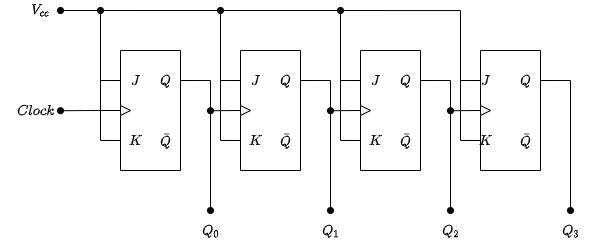
This is 4-bit_async_counter.png from pathakshashank17/Digital-Circuit-Diagrams, a draw.io export, as it was before one commit. Source tidied: cells renumbered, new cells last; positions are measured from the earlier drawing's top-left corner, leaving out a move shared by most shapes.
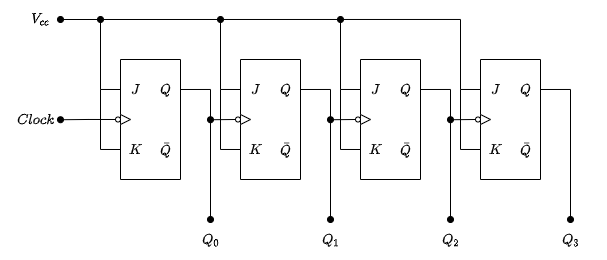
The same file after the commit.

What changed in the source:
```diff
@@ -2,176 +2,176 @@
   <root>
     <mxCell id="0" />
     <mxCell id="1" parent="0" />
-    <mxCell id="2" style="group;" parent="1" vertex="1">
-      <mxGeometry x="120" y="50" width="90" height="120" as="geometry" />
-    </mxCell>
-    <mxCell id="3" style="rounded=0;whiteSpace=wrap;html=1;direction=south;" parent="2" vertex="1">
-      <mxGeometry width="60" height="120" as="geometry" />
-    </mxCell>
-    <mxCell id="4" style="triangle;whiteSpace=wrap;html=1;" parent="2" vertex="1">
-      <mxGeometry y="55" width="10" height="10" as="geometry" />
-    </mxCell>
-    <mxCell id="5" value="$$J$$" style="text;html=1;align=center;verticalAlign=middle;strokeColor=none;fillColor=none;" parent="2" vertex="1">
-      <mxGeometry x="-10" y="20" width="50" height="20" as="geometry" />
-    </mxCell>
-    <mxCell id="6" value="$$K$$" style="text;html=1;align=center;verticalAlign=middle;strokeColor=none;fillColor=none;" parent="2" vertex="1">
-      <mxGeometry x="-10" y="80" width="50" height="20" as="geometry" />
-    </mxCell>
-    <mxCell id="7" value="$$Q$$" style="text;html=1;align=center;verticalAlign=middle;strokeColor=none;fillColor=none;" parent="2" vertex="1">
-      <mxGeometry x="20" y="20" width="50" height="20" as="geometry" />
-    </mxCell>
-    <mxCell id="8" value="$$\bar{Q}$$" style="text;html=1;align=center;verticalAlign=middle;strokeColor=none;fillColor=none;" parent="2" vertex="1">
-      <mxGeometry x="5" y="80" width="80" height="20" as="geometry" />
-    </mxCell>
-    <mxCell id="9" style="group;" parent="1" vertex="1">
-      <mxGeometry x="240" y="50" width="90" height="120" as="geometry" />
-    </mxCell>
-    <mxCell id="10" style="rounded=0;whiteSpace=wrap;html=1;direction=south;" parent="9" vertex="1">
-      <mxGeometry width="60" height="120" as="geometry" />
-    </mxCell>
-    <mxCell id="11" style="triangle;whiteSpace=wrap;html=1;" parent="9" vertex="1">
-      <mxGeometry y="55" width="10" height="10" as="geometry" />
-    </mxCell>
-    <mxCell id="12" value="$$J$$" style="text;html=1;align=center;verticalAlign=middle;strokeColor=none;fillColor=none;" parent="9" vertex="1">
-      <mxGeometry x="-10" y="20" width="50" height="20" as="geometry" />
-    </mxCell>
-    <mxCell id="13" value="$$K$$" style="text;html=1;align=center;verticalAlign=middle;strokeColor=none;fillColor=none;" parent="9" vertex="1">
-      <mxGeometry x="-10" y="80" width="50" height="20" as="geometry" />
-    </mxCell>
-    <mxCell id="14" value="$$Q$$" style="text;html=1;align=center;verticalAlign=middle;strokeColor=none;fillColor=none;" parent="9" vertex="1">
-      <mxGeometry x="20" y="20" width="50" height="20" as="geometry" />
-    </mxCell>
-    <mxCell id="15" value="$$\bar{Q}$$" style="text;html=1;align=center;verticalAlign=middle;strokeColor=none;fillColor=none;" parent="9" vertex="1">
-      <mxGeometry x="5" y="80" width="80" height="20" as="geometry" />
-    </mxCell>
-    <mxCell id="16" style="group;" parent="1" vertex="1">
-      <mxGeometry x="360" y="50" width="90" height="120" as="geometry" />
-    </mxCell>
-    <mxCell id="17" style="rounded=0;whiteSpace=wrap;html=1;direction=south;" parent="16" vertex="1">
-      <mxGeometry width="60" height="120" as="geometry" />
-    </mxCell>
-    <mxCell id="18" style="triangle;whiteSpace=wrap;html=1;" parent="16" vertex="1">
-      <mxGeometry y="55" width="10" height="10" as="geometry" />
-    </mxCell>
-    <mxCell id="19" value="$$J$$" style="text;html=1;align=center;verticalAlign=middle;strokeColor=none;fillColor=none;" parent="16" vertex="1">
-      <mxGeometry x="-10" y="20" width="50" height="20" as="geometry" />
-    </mxCell>
-    <mxCell id="20" value="$$K$$" style="text;html=1;align=center;verticalAlign=middle;strokeColor=none;fillColor=none;" parent="16" vertex="1">
-      <mxGeometry x="-10" y="80" width="50" height="20" as="geometry" />
-    </mxCell>
-    <mxCell id="21" value="$$Q$$" style="text;html=1;align=center;verticalAlign=middle;strokeColor=none;fillColor=none;" parent="16" vertex="1">
-      <mxGeometry x="20" y="20" width="50" height="20" as="geometry" />
-    </mxCell>
-    <mxCell id="22" value="$$\bar{Q}$$" style="text;html=1;align=center;verticalAlign=middle;strokeColor=none;fillColor=none;" parent="16" vertex="1">
-      <mxGeometry x="5" y="80" width="80" height="20" as="geometry" />
-    </mxCell>
-    <mxCell id="23" style="group;" parent="1" vertex="1">
-      <mxGeometry x="480" y="50" width="90" height="120" as="geometry" />
-    </mxCell>
-    <mxCell id="24" style="rounded=0;whiteSpace=wrap;html=1;direction=south;" parent="23" vertex="1">
-      <mxGeometry width="60" height="120" as="geometry" />
-    </mxCell>
-    <mxCell id="25" style="triangle;whiteSpace=wrap;html=1;" parent="23" vertex="1">
-      <mxGeometry y="55" width="10" height="10" as="geometry" />
-    </mxCell>
-    <mxCell id="26" value="$$J$$" style="text;html=1;align=center;verticalAlign=middle;strokeColor=none;fillColor=none;" parent="23" vertex="1">
-      <mxGeometry x="-20" y="20" width="50" height="20" as="geometry" />
-    </mxCell>
-    <mxCell id="27" value="$$K$$" style="text;html=1;align=center;verticalAlign=middle;strokeColor=none;fillColor=none;" parent="23" vertex="1">
-      <mxGeometry x="-20" y="80" width="50" height="20" as="geometry" />
-    </mxCell>
-    <mxCell id="28" value="$$Q$$" style="text;html=1;align=center;verticalAlign=middle;strokeColor=none;fillColor=none;" parent="23" vertex="1">
-      <mxGeometry x="20" y="20" width="50" height="20" as="geometry" />
-    </mxCell>
-    <mxCell id="29" value="$$\bar{Q}$$" style="text;html=1;align=center;verticalAlign=middle;strokeColor=none;fillColor=none;" parent="23" vertex="1">
-      <mxGeometry x="5" y="80" width="80" height="20" as="geometry" />
-    </mxCell>
-    <mxCell id="30" style="edgeStyle=orthogonalEdgeStyle;rounded=0;jettySize=auto;html=1;exitX=0.25;exitY=0;exitDx=0;exitDy=0;endArrow=oval;endFill=1;" parent="1" edge="1" source="3">
-      <mxGeometry relative="1" as="geometry">
-        <mxPoint x="210" y="210" as="targetPoint" />
-      </mxGeometry>
-    </mxCell>
-    <mxCell id="31" style="edgeStyle=orthogonalEdgeStyle;rounded=0;jettySize=auto;html=1;exitX=0.25;exitY=0;exitDx=0;exitDy=0;endArrow=oval;endFill=1;" parent="1" edge="1" source="10">
-      <mxGeometry relative="1" as="geometry">
-        <mxPoint x="330" y="210" as="targetPoint" />
-      </mxGeometry>
-    </mxCell>
-    <mxCell id="32" style="edgeStyle=orthogonalEdgeStyle;rounded=0;jettySize=auto;html=1;exitX=0.25;exitY=0;exitDx=0;exitDy=0;endArrow=oval;endFill=1;" parent="1" edge="1" source="17">
-      <mxGeometry relative="1" as="geometry">
-        <mxPoint x="450" y="210" as="targetPoint" />
-      </mxGeometry>
-    </mxCell>
-    <mxCell id="33" style="edgeStyle=orthogonalEdgeStyle;rounded=0;jettySize=auto;html=1;exitX=0.25;exitY=1;exitDx=0;exitDy=0;endArrow=oval;endFill=1;" parent="1" edge="1" source="3">
-      <mxGeometry relative="1" as="geometry">
-        <mxPoint x="100" y="10" as="targetPoint" />
-      </mxGeometry>
-    </mxCell>
-    <mxCell id="34" style="edgeStyle=orthogonalEdgeStyle;rounded=0;jettySize=auto;html=1;exitX=0.75;exitY=1;exitDx=0;exitDy=0;endArrow=none;endFill=0;" parent="1" edge="1" source="3">
-      <mxGeometry relative="1" as="geometry">
-        <mxPoint x="100" y="80" as="targetPoint" />
-      </mxGeometry>
-    </mxCell>
-    <mxCell id="35" style="edgeStyle=orthogonalEdgeStyle;rounded=0;jettySize=auto;html=1;exitX=0.25;exitY=1;exitDx=0;exitDy=0;endArrow=oval;endFill=1;" parent="1" edge="1" source="10">
-      <mxGeometry relative="1" as="geometry">
-        <mxPoint x="220" y="10" as="targetPoint" />
-      </mxGeometry>
-    </mxCell>
-    <mxCell id="36" style="edgeStyle=orthogonalEdgeStyle;rounded=0;jettySize=auto;html=1;exitX=0.75;exitY=1;exitDx=0;exitDy=0;endArrow=none;endFill=0;" parent="1" edge="1" source="10">
-      <mxGeometry relative="1" as="geometry">
-        <mxPoint x="220" y="80" as="targetPoint" />
-      </mxGeometry>
-    </mxCell>
-    <mxCell id="37" style="edgeStyle=orthogonalEdgeStyle;rounded=0;jettySize=auto;html=1;exitX=0.25;exitY=1;exitDx=0;exitDy=0;endArrow=oval;endFill=1;" parent="1" edge="1" source="17">
-      <mxGeometry relative="1" as="geometry">
-        <mxPoint x="340" y="10" as="targetPoint" />
-      </mxGeometry>
-    </mxCell>
-    <mxCell id="38" style="edgeStyle=orthogonalEdgeStyle;rounded=0;jettySize=auto;html=1;exitX=0.75;exitY=1;exitDx=0;exitDy=0;endArrow=none;endFill=0;" parent="1" edge="1" source="17">
-      <mxGeometry relative="1" as="geometry">
-        <mxPoint x="340" y="80" as="targetPoint" />
-      </mxGeometry>
-    </mxCell>
-    <mxCell id="39" style="edgeStyle=orthogonalEdgeStyle;rounded=0;jettySize=auto;html=1;exitX=0.25;exitY=1;exitDx=0;exitDy=0;endArrow=oval;endFill=1;" parent="1" edge="1" source="24">
-      <mxGeometry relative="1" as="geometry">
-        <mxPoint x="60" y="10" as="targetPoint" />
-        <Array as="points">
-          <mxPoint x="460" y="80" />
-        </Array>
-      </mxGeometry>
-    </mxCell>
-    <mxCell id="40" style="edgeStyle=orthogonalEdgeStyle;rounded=0;jettySize=auto;html=1;exitX=0.75;exitY=1;exitDx=0;exitDy=0;endArrow=none;endFill=0;" parent="1" edge="1" source="24">
-      <mxGeometry relative="1" as="geometry">
-        <mxPoint x="460" y="80" as="targetPoint" />
-      </mxGeometry>
-    </mxCell>
+    <mxCell id="52" style="group;" parent="1" vertex="1">
+      <mxGeometry x="120" y="50" width="90" height="120" as="geometry" />
+    </mxCell>
+    <mxCell id="53" style="rounded=0;whiteSpace=wrap;html=1;direction=south;" parent="52" vertex="1">
+      <mxGeometry width="60" height="120" as="geometry" />
+    </mxCell>
+    <mxCell id="54" style="triangle;whiteSpace=wrap;html=1;" parent="52" vertex="1">
+      <mxGeometry y="55" width="10" height="10" as="geometry" />
+    </mxCell>
+    <mxCell id="55" value="$$J$$" style="text;html=1;align=center;verticalAlign=middle;strokeColor=none;fillColor=none;" parent="52" vertex="1">
+      <mxGeometry x="-10" y="20" width="50" height="20" as="geometry" />
+    </mxCell>
+    <mxCell id="56" value="$$K$$" style="text;html=1;align=center;verticalAlign=middle;strokeColor=none;fillColor=none;" parent="52" vertex="1">
+      <mxGeometry x="-10" y="80" width="50" height="20" as="geometry" />
+    </mxCell>
+    <mxCell id="57" value="$$Q$$" style="text;html=1;align=center;verticalAlign=middle;strokeColor=none;fillColor=none;" parent="52" vertex="1">
+      <mxGeometry x="20" y="20" width="50" height="20" as="geometry" />
+    </mxCell>
+    <mxCell id="58" value="$$\bar{Q}$$" style="text;html=1;align=center;verticalAlign=middle;strokeColor=none;fillColor=none;" parent="52" vertex="1">
+      <mxGeometry x="5" y="80" width="80" height="20" as="geometry" />
+    </mxCell>
+    <mxCell id="59" style="group;" parent="1" vertex="1">
+      <mxGeometry x="240" y="50" width="90" height="120" as="geometry" />
+    </mxCell>
+    <mxCell id="60" style="rounded=0;whiteSpace=wrap;html=1;direction=south;" parent="59" vertex="1">
+      <mxGeometry width="60" height="120" as="geometry" />
+    </mxCell>
+    <mxCell id="61" style="triangle;whiteSpace=wrap;html=1;" parent="59" vertex="1">
+      <mxGeometry y="55" width="10" height="10" as="geometry" />
+    </mxCell>
+    <mxCell id="62" value="$$J$$" style="text;html=1;align=center;verticalAlign=middle;strokeColor=none;fillColor=none;" parent="59" vertex="1">
+      <mxGeometry x="-10" y="20" width="50" height="20" as="geometry" />
+    </mxCell>
+    <mxCell id="63" value="$$K$$" style="text;html=1;align=center;verticalAlign=middle;strokeColor=none;fillColor=none;" parent="59" vertex="1">
+      <mxGeometry x="-10" y="80" width="50" height="20" as="geometry" />
+    </mxCell>
+    <mxCell id="64" value="$$Q$$" style="text;html=1;align=center;verticalAlign=middle;strokeColor=none;fillColor=none;" parent="59" vertex="1">
+      <mxGeometry x="20" y="20" width="50" height="20" as="geometry" />
+    </mxCell>
+    <mxCell id="65" value="$$\bar{Q}$$" style="text;html=1;align=center;verticalAlign=middle;strokeColor=none;fillColor=none;" parent="59" vertex="1">
+      <mxGeometry x="5" y="80" width="80" height="20" as="geometry" />
+    </mxCell>
+    <mxCell id="66" style="group;" parent="1" vertex="1">
+      <mxGeometry x="360" y="50" width="90" height="120" as="geometry" />
+    </mxCell>
+    <mxCell id="67" style="rounded=0;whiteSpace=wrap;html=1;direction=south;" parent="66" vertex="1">
+      <mxGeometry width="60" height="120" as="geometry" />
+    </mxCell>
+    <mxCell id="68" style="triangle;whiteSpace=wrap;html=1;" parent="66" vertex="1">
+      <mxGeometry y="55" width="10" height="10" as="geometry" />
+    </mxCell>
+    <mxCell id="69" value="$$J$$" style="text;html=1;align=center;verticalAlign=middle;strokeColor=none;fillColor=none;" parent="66" vertex="1">
+      <mxGeometry x="-10" y="20" width="50" height="20" as="geometry" />
+    </mxCell>
+    <mxCell id="70" value="$$K$$" style="text;html=1;align=center;verticalAlign=middle;strokeColor=none;fillColor=none;" parent="66" vertex="1">
+      <mxGeometry x="-10" y="80" width="50" height="20" as="geometry" />
+    </mxCell>
+    <mxCell id="71" value="$$Q$$" style="text;html=1;align=center;verticalAlign=middle;strokeColor=none;fillColor=none;" parent="66" vertex="1">
+      <mxGeometry x="20" y="20" width="50" height="20" as="geometry" />
+    </mxCell>
+    <mxCell id="72" value="$$\bar{Q}$$" style="text;html=1;align=center;verticalAlign=middle;strokeColor=none;fillColor=none;" parent="66" vertex="1">
+      <mxGeometry x="5" y="80" width="80" height="20" as="geometry" />
+    </mxCell>
+    <mxCell id="73" style="group;" parent="1" vertex="1">
+      <mxGeometry x="480" y="50" width="90" height="120" as="geometry" />
+    </mxCell>
+    <mxCell id="74" style="rounded=0;whiteSpace=wrap;html=1;direction=south;" parent="73" vertex="1">
+      <mxGeometry width="60" height="120" as="geometry" />
+    </mxCell>
+    <mxCell id="75" style="triangle;whiteSpace=wrap;html=1;" parent="73" vertex="1">
+      <mxGeometry y="55" width="10" height="10" as="geometry" />
+    </mxCell>
+    <mxCell id="76" value="$$J$$" style="text;html=1;align=center;verticalAlign=middle;strokeColor=none;fillColor=none;" parent="73" vertex="1">
+      <mxGeometry x="-10" y="20" width="50" height="20" as="geometry" />
+    </mxCell>
+    <mxCell id="77" value="$$K$$" style="text;html=1;align=center;verticalAlign=middle;strokeColor=none;fillColor=none;" parent="73" vertex="1">
+      <mxGeometry x="-10" y="80" width="50" height="20" as="geometry" />
+    </mxCell>
+    <mxCell id="78" value="$$Q$$" style="text;html=1;align=center;verticalAlign=middle;strokeColor=none;fillColor=none;" parent="73" vertex="1">
+      <mxGeometry x="20" y="20" width="50" height="20" as="geometry" />
+    </mxCell>
+    <mxCell id="79" value="$$\bar{Q}$$" style="text;html=1;align=center;verticalAlign=middle;strokeColor=none;fillColor=none;" parent="73" vertex="1">
+      <mxGeometry x="5" y="80" width="80" height="20" as="geometry" />
+    </mxCell>
+    <mxCell id="80" style="edgeStyle=orthogonalEdgeStyle;rounded=0;jettySize=auto;html=1;exitX=0.25;exitY=0;exitDx=0;exitDy=0;endArrow=oval;endFill=1;" parent="1" edge="1" source="53">
+      <mxGeometry relative="1" as="geometry">
+        <mxPoint x="210" y="210" as="targetPoint" />
+      </mxGeometry>
+    </mxCell>
+    <mxCell id="81" style="edgeStyle=orthogonalEdgeStyle;rounded=0;jettySize=auto;html=1;exitX=0.25;exitY=0;exitDx=0;exitDy=0;endArrow=oval;endFill=1;" parent="1" edge="1" source="60">
+      <mxGeometry relative="1" as="geometry">
+        <mxPoint x="330" y="210" as="targetPoint" />
+      </mxGeometry>
+    </mxCell>
+    <mxCell id="82" style="edgeStyle=orthogonalEdgeStyle;rounded=0;jettySize=auto;html=1;exitX=0.25;exitY=0;exitDx=0;exitDy=0;endArrow=oval;endFill=1;" parent="1" edge="1" source="67">
+      <mxGeometry relative="1" as="geometry">
+        <mxPoint x="450" y="210" as="targetPoint" />
+      </mxGeometry>
+    </mxCell>
+    <mxCell id="83" style="edgeStyle=orthogonalEdgeStyle;rounded=0;jettySize=auto;html=1;exitX=0.25;exitY=1;exitDx=0;exitDy=0;endArrow=oval;endFill=1;" parent="1" edge="1" source="53">
+      <mxGeometry relative="1" as="geometry">
+        <mxPoint x="100" y="10" as="targetPoint" />
+      </mxGeometry>
+    </mxCell>
+    <mxCell id="84" style="edgeStyle=orthogonalEdgeStyle;rounded=0;jettySize=auto;html=1;exitX=0.75;exitY=1;exitDx=0;exitDy=0;endArrow=none;endFill=0;" parent="1" edge="1" source="53">
+      <mxGeometry relative="1" as="geometry">
+        <mxPoint x="100" y="80" as="targetPoint" />
+      </mxGeometry>
+    </mxCell>
+    <mxCell id="85" style="edgeStyle=orthogonalEdgeStyle;rounded=0;jettySize=auto;html=1;exitX=0.25;exitY=1;exitDx=0;exitDy=0;endArrow=oval;endFill=1;" parent="1" edge="1" source="60">
+      <mxGeometry relative="1" as="geometry">
+        <mxPoint x="220" y="10" as="targetPoint" />
+      </mxGeometry>
+    </mxCell>
+    <mxCell id="86" style="edgeStyle=orthogonalEdgeStyle;rounded=0;jettySize=auto;html=1;exitX=0.75;exitY=1;exitDx=0;exitDy=0;endArrow=none;endFill=0;" parent="1" edge="1" source="60">
+      <mxGeometry relative="1" as="geometry">
+        <mxPoint x="220" y="80" as="targetPoint" />
+      </mxGeometry>
+    </mxCell>
+    <mxCell id="87" style="edgeStyle=orthogonalEdgeStyle;rounded=0;jettySize=auto;html=1;exitX=0.25;exitY=1;exitDx=0;exitDy=0;endArrow=oval;endFill=1;" parent="1" edge="1" source="67">
+      <mxGeometry relative="1" as="geometry">
+        <mxPoint x="340" y="10" as="targetPoint" />
+      </mxGeometry>
+    </mxCell>
+    <mxCell id="88" style="edgeStyle=orthogonalEdgeStyle;rounded=0;jettySize=auto;html=1;exitX=0.75;exitY=1;exitDx=0;exitDy=0;endArrow=none;endFill=0;" parent="1" edge="1" source="67">
+      <mxGeometry relative="1" as="geometry">
+        <mxPoint x="340" y="80" as="targetPoint" />
+      </mxGeometry>
+    </mxCell>
+    <mxCell id="89" style="edgeStyle=orthogonalEdgeStyle;rounded=0;jettySize=auto;html=1;exitX=0.25;exitY=1;exitDx=0;exitDy=0;endArrow=oval;endFill=1;" parent="1" edge="1" source="74">
+      <mxGeometry relative="1" as="geometry">
+        <mxPoint x="60" y="10" as="targetPoint" />
+        <Array as="points">
+          <mxPoint x="460" y="80" />
+        </Array>
+      </mxGeometry>
+    </mxCell>
+    <mxCell id="90" style="edgeStyle=orthogonalEdgeStyle;rounded=0;jettySize=auto;html=1;exitX=0.75;exitY=1;exitDx=0;exitDy=0;endArrow=none;endFill=0;" parent="1" edge="1" source="74">
+      <mxGeometry relative="1" as="geometry">
+        <mxPoint x="460" y="80" as="targetPoint" />
+      </mxGeometry>
+    </mxCell>
     <mxCell id="41" value="$$V_{cc}$$" style="text;html=1;align=center;verticalAlign=middle;strokeColor=none;fillColor=none;" parent="1" vertex="1">
       <mxGeometry width="80" height="20" as="geometry" />
     </mxCell>
-    <mxCell id="42" style="edgeStyle=none;rounded=0;jettySize=auto;html=1;exitX=0;exitY=0.5;exitDx=0;exitDy=0;endArrow=oval;endFill=1;" parent="1" edge="1" source="11">
-      <mxGeometry relative="1" as="geometry">
-        <mxPoint x="210" y="110.2" as="targetPoint" />
-      </mxGeometry>
-    </mxCell>
-    <mxCell id="43" style="edgeStyle=none;rounded=0;jettySize=auto;html=1;exitX=0;exitY=0.5;exitDx=0;exitDy=0;endArrow=oval;endFill=1;" parent="1" edge="1" source="18">
-      <mxGeometry relative="1" as="geometry">
-        <mxPoint x="330" y="110.2" as="targetPoint" />
-      </mxGeometry>
-    </mxCell>
-    <mxCell id="44" style="edgeStyle=none;rounded=0;jettySize=auto;html=1;exitX=0;exitY=0.5;exitDx=0;exitDy=0;endArrow=oval;endFill=1;" parent="1" edge="1" source="25">
-      <mxGeometry relative="1" as="geometry">
-        <mxPoint x="450" y="110.2" as="targetPoint" />
-      </mxGeometry>
-    </mxCell>
-    <mxCell id="45" style="edgeStyle=orthogonalEdgeStyle;rounded=0;jettySize=auto;html=1;exitX=0.25;exitY=0;exitDx=0;exitDy=0;endArrow=oval;endFill=1;" parent="1" edge="1" source="24">
-      <mxGeometry relative="1" as="geometry">
-        <mxPoint x="570" y="210" as="targetPoint" />
-      </mxGeometry>
-    </mxCell>
-    <mxCell id="46" style="edgeStyle=orthogonalEdgeStyle;rounded=0;jettySize=auto;html=1;exitX=0;exitY=0.5;exitDx=0;exitDy=0;endArrow=oval;endFill=1;" parent="1" edge="1" source="4">
-      <mxGeometry relative="1" as="geometry">
-        <mxPoint x="60" y="110.2" as="targetPoint" />
-      </mxGeometry>
-    </mxCell>
+    <mxCell id="91" style="edgeStyle=none;rounded=0;jettySize=auto;html=1;exitX=0;exitY=0.5;exitDx=0;exitDy=0;endArrow=oval;endFill=1;startArrow=none;" parent="1" edge="1" source="97">
+      <mxGeometry relative="1" as="geometry">
+        <mxPoint x="210" y="110.2" as="targetPoint" />
+      </mxGeometry>
+    </mxCell>
+    <mxCell id="92" style="edgeStyle=none;rounded=0;jettySize=auto;html=1;exitX=0;exitY=0.5;exitDx=0;exitDy=0;endArrow=oval;endFill=1;startArrow=none;" parent="1" edge="1" source="99">
+      <mxGeometry relative="1" as="geometry">
+        <mxPoint x="330" y="110.2" as="targetPoint" />
+      </mxGeometry>
+    </mxCell>
+    <mxCell id="93" style="edgeStyle=none;rounded=0;jettySize=auto;html=1;exitX=0;exitY=0.5;exitDx=0;exitDy=0;endArrow=oval;endFill=1;startArrow=none;" parent="1" edge="1" source="101">
+      <mxGeometry relative="1" as="geometry">
+        <mxPoint x="450" y="110.2" as="targetPoint" />
+      </mxGeometry>
+    </mxCell>
+    <mxCell id="94" style="edgeStyle=orthogonalEdgeStyle;rounded=0;jettySize=auto;html=1;exitX=0.25;exitY=0;exitDx=0;exitDy=0;endArrow=oval;endFill=1;" parent="1" edge="1" source="74">
+      <mxGeometry relative="1" as="geometry">
+        <mxPoint x="570" y="210" as="targetPoint" />
+      </mxGeometry>
+    </mxCell>
+    <mxCell id="95" style="edgeStyle=orthogonalEdgeStyle;rounded=0;jettySize=auto;html=1;exitX=0;exitY=0.5;exitDx=0;exitDy=0;endArrow=oval;endFill=1;startArrow=none;" parent="1" edge="1" source="96">
+      <mxGeometry relative="1" as="geometry">
+        <mxPoint x="60" y="110.2" as="targetPoint" />
+      </mxGeometry>
+    </mxCell>
     <mxCell id="47" value="$$Q_0$$" style="text;html=1;align=center;verticalAlign=middle;strokeColor=none;fillColor=none;" parent="1" vertex="1">
       <mxGeometry x="175" y="220" width="70" height="20" as="geometry" />
     </mxCell>
@@ -187,5 +187,26 @@
     <mxCell id="51" value="$$Clock$$" style="text;html=1;align=center;verticalAlign=middle;strokeColor=none;fillColor=none;" parent="1" vertex="1">
       <mxGeometry y="100" width="70" height="20" as="geometry" />
     </mxCell>
+    <mxCell id="96" style="ellipse;whiteSpace=wrap;html=1;" parent="1" vertex="1">
+      <mxGeometry x="115" y="107.5" width="5" height="5" as="geometry" />
+    </mxCell>
+    <mxCell id="97" style="ellipse;whiteSpace=wrap;html=1;" parent="1" vertex="1">
+      <mxGeometry x="235" y="107.5" width="5" height="5" as="geometry" />
+    </mxCell>
+    <mxCell id="98" style="edgeStyle=none;rounded=0;jettySize=auto;html=1;exitX=0;exitY=0.5;exitDx=0;exitDy=0;endArrow=none;endFill=1;" parent="1" edge="1" source="61" target="97">
+      <mxGeometry relative="1" as="geometry" />
+    </mxCell>
+    <mxCell id="99" style="ellipse;whiteSpace=wrap;html=1;" parent="1" vertex="1">
+      <mxGeometry x="355" y="107.5" width="5" height="5" as="geometry" />
+    </mxCell>
+    <mxCell id="100" style="edgeStyle=none;rounded=0;jettySize=auto;html=1;exitX=0;exitY=0.5;exitDx=0;exitDy=0;endArrow=none;endFill=1;" parent="1" edge="1" source="68" target="99">
+      <mxGeometry relative="1" as="geometry" />
+    </mxCell>
+    <mxCell id="101" style="ellipse;whiteSpace=wrap;html=1;" parent="1" vertex="1">
+      <mxGeometry x="475" y="107.5" width="5" height="5" as="geometry" />
+    </mxCell>
+    <mxCell id="102" style="edgeStyle=none;rounded=0;jettySize=auto;html=1;exitX=0;exitY=0.5;exitDx=0;exitDy=0;endArrow=none;endFill=1;" parent="1" edge="1" source="75" target="101">
+      <mxGeometry relative="1" as="geometry" />
+    </mxCell>
   </root>
 </mxGraphModel>
```
